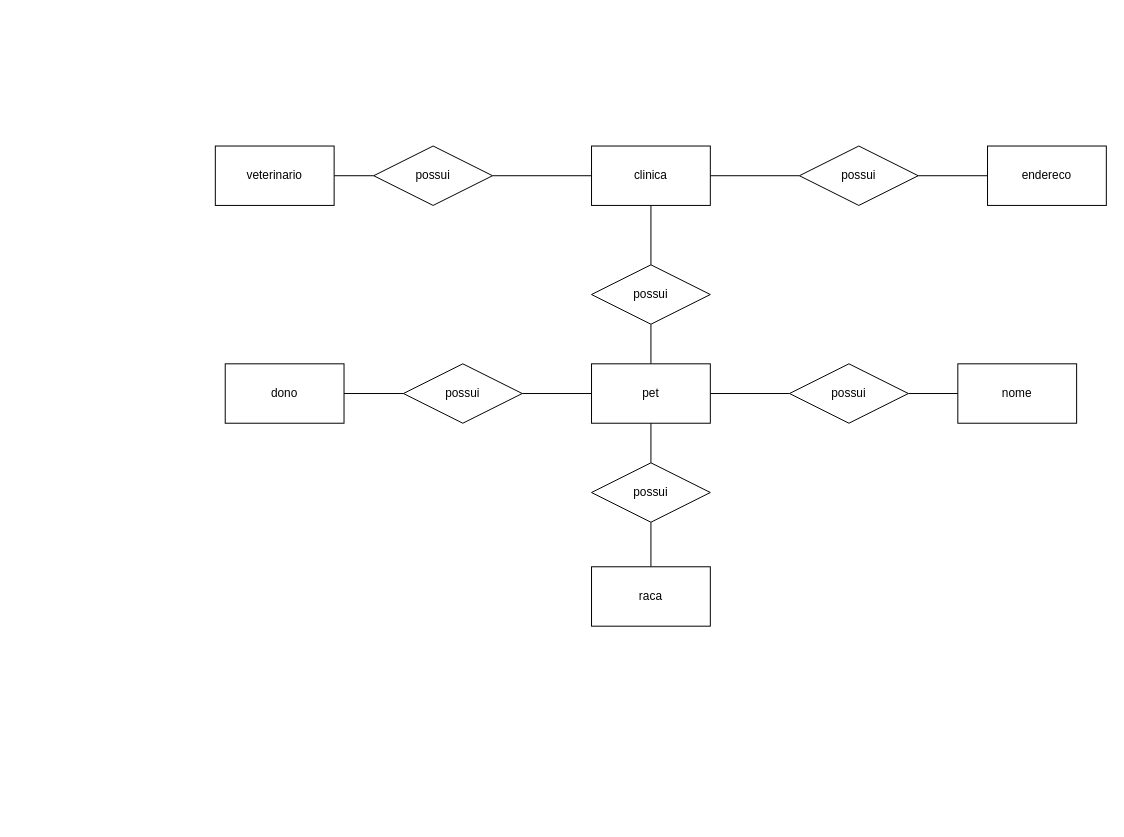
Earlier version of the draw.io diagram 1.3-exercicio-pclinics/1.3-exercicio-pclinics.drawio (miafelicio/sprit). Source tidied: cells renumbered, new cells numbered last; positions are measured from the earlier drawing's top-left corner, leaving out a move shared by most shapes. Both pictures are drawn from the tidied source at 99%, with x=0, y=0 at pixel (215, 146).
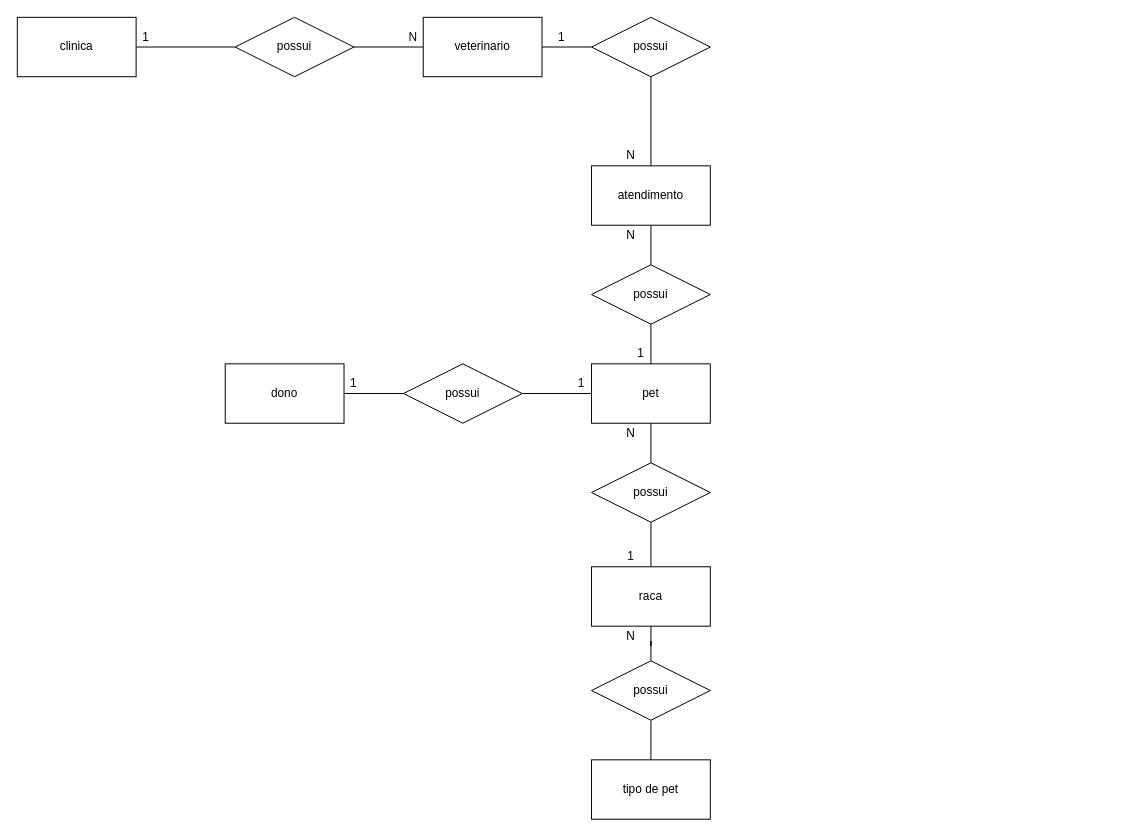
Above is the later version.

Unchanged cells that the change refers to:
```xml
<mxCell id="12" value="pet" style="rounded=0;whiteSpace=wrap;html=1;" parent="1" vertex="1">
  <mxGeometry x="380" y="220" width="120" height="60" as="geometry" />
</mxCell>
<mxCell id="19" value="raca" style="rounded=0;whiteSpace=wrap;html=1;" parent="1" vertex="1">
  <mxGeometry x="380" y="425" width="120" height="60" as="geometry" />
</mxCell>
```

Diff of the diagram source:
```diff
@@
     <mxCell id="3" value="clinica" style="rounded=0;whiteSpace=wrap;html=1;" parent="1" vertex="1">
-      <mxGeometry x="380" width="120" height="60" as="geometry" />
+      <mxGeometry x="-200" y="-130" width="120" height="60" as="geometry" />
     </mxCell>
-    <mxCell id="4" style="edgeStyle=orthogonalEdgeStyle;rounded=0;jettySize=auto;html=1;endArrow=none;endFill=0;" parent="1" edge="1" source="5" target="6">
-      <mxGeometry relative="1" as="geometry" />
-    </mxCell>
+    <mxCell id="27" style="edgeStyle=orthogonalEdgeStyle;rounded=0;jettySize=auto;html=1;endArrow=none;endFill=0;" parent="1" edge="1" source="5" target="26">
+      <mxGeometry relative="1" as="geometry" />
+    </mxCell>
     <mxCell id="5" value="possui" style="shape=rhombus;perimeter=rhombusPerimeter;whiteSpace=wrap;html=1;align=center;" parent="1" vertex="1">
-      <mxGeometry x="590" width="120" height="60" as="geometry" />
+      <mxGeometry x="20" y="-130" width="120" height="60" as="geometry" />
     </mxCell>
-    <mxCell id="6" value="endereco" style="rounded=0;whiteSpace=wrap;html=1;" parent="1" vertex="1">
-      <mxGeometry x="780" width="120" height="60" as="geometry" />
-    </mxCell>
-    <mxCell id="7" style="edgeStyle=orthogonalEdgeStyle;rounded=0;jettySize=auto;html=1;entryX=0.5;entryY=1;entryDx=0;entryDy=0;endArrow=none;endFill=0;" parent="1" edge="1" source="9" target="3">
-      <mxGeometry relative="1" as="geometry" />
-    </mxCell>
-    <mxCell id="8" style="edgeStyle=orthogonalEdgeStyle;rounded=0;jettySize=auto;html=1;endArrow=none;endFill=0;" parent="1" edge="1" source="9" target="12">
-      <mxGeometry relative="1" as="geometry" />
-    </mxCell>
-    <mxCell id="9" value="possui" style="shape=rhombus;perimeter=rhombusPerimeter;whiteSpace=wrap;html=1;align=center;" parent="1" vertex="1">
-      <mxGeometry x="380" y="120" width="120" height="60" as="geometry" />
-    </mxCell>
-    <mxCell id="10" style="edgeStyle=orthogonalEdgeStyle;rounded=0;jettySize=auto;html=1;entryX=0;entryY=0.5;entryDx=0;entryDy=0;endArrow=none;endFill=0;" parent="1" edge="1" source="12" target="14">
-      <mxGeometry relative="1" as="geometry" />
-    </mxCell>
@@
+    <mxCell id="28" style="edgeStyle=orthogonalEdgeStyle;rounded=0;jettySize=auto;html=1;endArrow=none;endFill=0;" parent="1" edge="1" source="12" target="9">
+      <mxGeometry relative="1" as="geometry" />
+    </mxCell>
@@
-    <mxCell id="13" style="edgeStyle=orthogonalEdgeStyle;rounded=0;jettySize=auto;html=1;endArrow=none;endFill=0;" parent="1" edge="1" source="14" target="15">
-      <mxGeometry relative="1" as="geometry" />
-    </mxCell>
-    <mxCell id="14" value="possui" style="shape=rhombus;perimeter=rhombusPerimeter;whiteSpace=wrap;html=1;align=center;" parent="1" vertex="1">
-      <mxGeometry x="580" y="220" width="120" height="60" as="geometry" />
-    </mxCell>
-    <mxCell id="15" value="nome" style="rounded=0;whiteSpace=wrap;html=1;" parent="1" vertex="1">
-      <mxGeometry x="750" y="220" width="120" height="60" as="geometry" />
-    </mxCell>
@@
-    <mxCell id="23" style="edgeStyle=orthogonalEdgeStyle;rounded=0;jettySize=auto;html=1;entryX=0;entryY=0.5;entryDx=0;entryDy=0;endArrow=none;endFill=0;" parent="1" edge="1" source="24" target="3">
-      <mxGeometry relative="1" as="geometry" />
-    </mxCell>
-    <mxCell id="24" value="possui" style="shape=rhombus;perimeter=rhombusPerimeter;whiteSpace=wrap;html=1;align=center;" parent="1" vertex="1">
-      <mxGeometry x="160" width="120" height="60" as="geometry" />
-    </mxCell>
-    <mxCell id="25" style="edgeStyle=orthogonalEdgeStyle;rounded=0;jettySize=auto;html=1;entryX=0;entryY=0.5;entryDx=0;entryDy=0;endArrow=none;endFill=0;" parent="1" edge="1" source="26" target="24">
-      <mxGeometry relative="1" as="geometry" />
-    </mxCell>
+    <mxCell id="29" style="edgeStyle=orthogonalEdgeStyle;rounded=0;jettySize=auto;html=1;entryX=0;entryY=0.5;entryDx=0;entryDy=0;endArrow=none;endFill=0;" parent="1" edge="1" source="26" target="39">
+      <mxGeometry relative="1" as="geometry" />
+    </mxCell>
     <mxCell id="26" value="veterinario" style="rounded=0;whiteSpace=wrap;html=1;" parent="1" vertex="1">
-      <mxGeometry width="120" height="60" as="geometry" />
+      <mxGeometry x="210" y="-130" width="120" height="60" as="geometry" />
     </mxCell>
+    <mxCell id="30" style="edgeStyle=orthogonalEdgeStyle;rounded=0;jettySize=auto;html=1;endArrow=none;endFill=0;" parent="1" edge="1" source="32" target="19">
+      <mxGeometry relative="1" as="geometry" />
+    </mxCell>
+    <mxCell id="31" style="edgeStyle=orthogonalEdgeStyle;rounded=0;jettySize=auto;html=1;endArrow=none;endFill=0;" parent="1" edge="1" source="32" target="33">
+      <mxGeometry relative="1" as="geometry" />
+    </mxCell>
+    <mxCell id="32" value="possui" style="shape=rhombus;perimeter=rhombusPerimeter;whiteSpace=wrap;html=1;align=center;" parent="1" vertex="1">
+      <mxGeometry x="380" y="520" width="120" height="60" as="geometry" />
+    </mxCell>
+    <mxCell id="33" value="tipo de pet" style="rounded=0;whiteSpace=wrap;html=1;" parent="1" vertex="1">
+      <mxGeometry x="380" y="620" width="120" height="60" as="geometry" />
+    </mxCell>
+    <mxCell id="34" value="1" style="text;html=1;strokeColor=none;fillColor=none;align=center;verticalAlign=middle;whiteSpace=wrap;rounded=0;" parent="1" vertex="1">
+      <mxGeometry x="120" y="230" width="40" height="20" as="geometry" />
+    </mxCell>
+    <mxCell id="35" value="N" style="text;html=1;strokeColor=none;fillColor=none;align=center;verticalAlign=middle;whiteSpace=wrap;rounded=0;" parent="1" vertex="1">
+      <mxGeometry x="400" y="80" width="40" height="20" as="geometry" />
+    </mxCell>
+    <mxCell id="36" value="1" style="text;html=1;strokeColor=none;fillColor=none;align=center;verticalAlign=middle;whiteSpace=wrap;rounded=0;" parent="1" vertex="1">
+      <mxGeometry x="-90" y="-120" width="40" height="20" as="geometry" />
+    </mxCell>
+    <mxCell id="37" value="N" style="text;html=1;strokeColor=none;fillColor=none;align=center;verticalAlign=middle;whiteSpace=wrap;rounded=0;" parent="1" vertex="1">
+      <mxGeometry x="180" y="-120" width="40" height="20" as="geometry" />
+    </mxCell>
+    <mxCell id="38" style="edgeStyle=orthogonalEdgeStyle;rounded=0;jettySize=auto;html=1;exitX=0.5;exitY=1;exitDx=0;exitDy=0;endArrow=none;endFill=0;" parent="1" edge="1" source="39" target="41">
+      <mxGeometry relative="1" as="geometry" />
+    </mxCell>
+    <mxCell id="39" value="possui" style="shape=rhombus;perimeter=rhombusPerimeter;whiteSpace=wrap;html=1;align=center;" parent="1" vertex="1">
+      <mxGeometry x="380" y="-130" width="120" height="60" as="geometry" />
+    </mxCell>
+    <mxCell id="40" style="edgeStyle=orthogonalEdgeStyle;rounded=0;jettySize=auto;html=1;endArrow=none;endFill=0;" parent="1" edge="1" source="41" target="9">
+      <mxGeometry relative="1" as="geometry" />
+    </mxCell>
+    <mxCell id="41" value="atendimento" style="rounded=0;whiteSpace=wrap;html=1;" parent="1" vertex="1">
+      <mxGeometry x="380" y="20" width="120" height="60" as="geometry" />
+    </mxCell>
+    <mxCell id="42" value="1" style="text;html=1;strokeColor=none;fillColor=none;align=center;verticalAlign=middle;whiteSpace=wrap;rounded=0;" parent="1" vertex="1">
+      <mxGeometry x="330" y="-120" width="40" height="20" as="geometry" />
+    </mxCell>
+    <mxCell id="43" value="N" style="text;html=1;strokeColor=none;fillColor=none;align=center;verticalAlign=middle;whiteSpace=wrap;rounded=0;" parent="1" vertex="1">
+      <mxGeometry x="400" width="40" height="20" as="geometry" />
+    </mxCell>
+    <mxCell id="9" value="possui" style="shape=rhombus;perimeter=rhombusPerimeter;whiteSpace=wrap;html=1;align=center;" parent="1" vertex="1">
+      <mxGeometry x="380" y="120" width="120" height="60" as="geometry" />
+    </mxCell>
+    <mxCell id="44" value="1" style="text;html=1;strokeColor=none;fillColor=none;align=center;verticalAlign=middle;whiteSpace=wrap;rounded=0;" parent="1" vertex="1">
+      <mxGeometry x="410" y="200" width="40" height="20" as="geometry" />
+    </mxCell>
+    <mxCell id="45" value="1" style="text;html=1;strokeColor=none;fillColor=none;align=center;verticalAlign=middle;whiteSpace=wrap;rounded=0;" parent="1" vertex="1">
+      <mxGeometry x="350" y="230" width="40" height="20" as="geometry" />
+    </mxCell>
+    <mxCell id="46" value="1" style="text;html=1;strokeColor=none;fillColor=none;align=center;verticalAlign=middle;whiteSpace=wrap;rounded=0;" parent="1" vertex="1">
+      <mxGeometry x="400" y="405" width="40" height="20" as="geometry" />
+    </mxCell>
+    <mxCell id="47" value="N" style="text;html=1;strokeColor=none;fillColor=none;align=center;verticalAlign=middle;whiteSpace=wrap;rounded=0;" parent="1" vertex="1">
+      <mxGeometry x="400" y="280" width="40" height="20" as="geometry" />
+    </mxCell>
+    <mxCell id="48" value="N" style="text;html=1;strokeColor=none;fillColor=none;align=center;verticalAlign=middle;whiteSpace=wrap;rounded=0;" parent="1" vertex="1">
+      <mxGeometry x="400" y="485" width="40" height="20" as="geometry" />
+    </mxCell>
```
